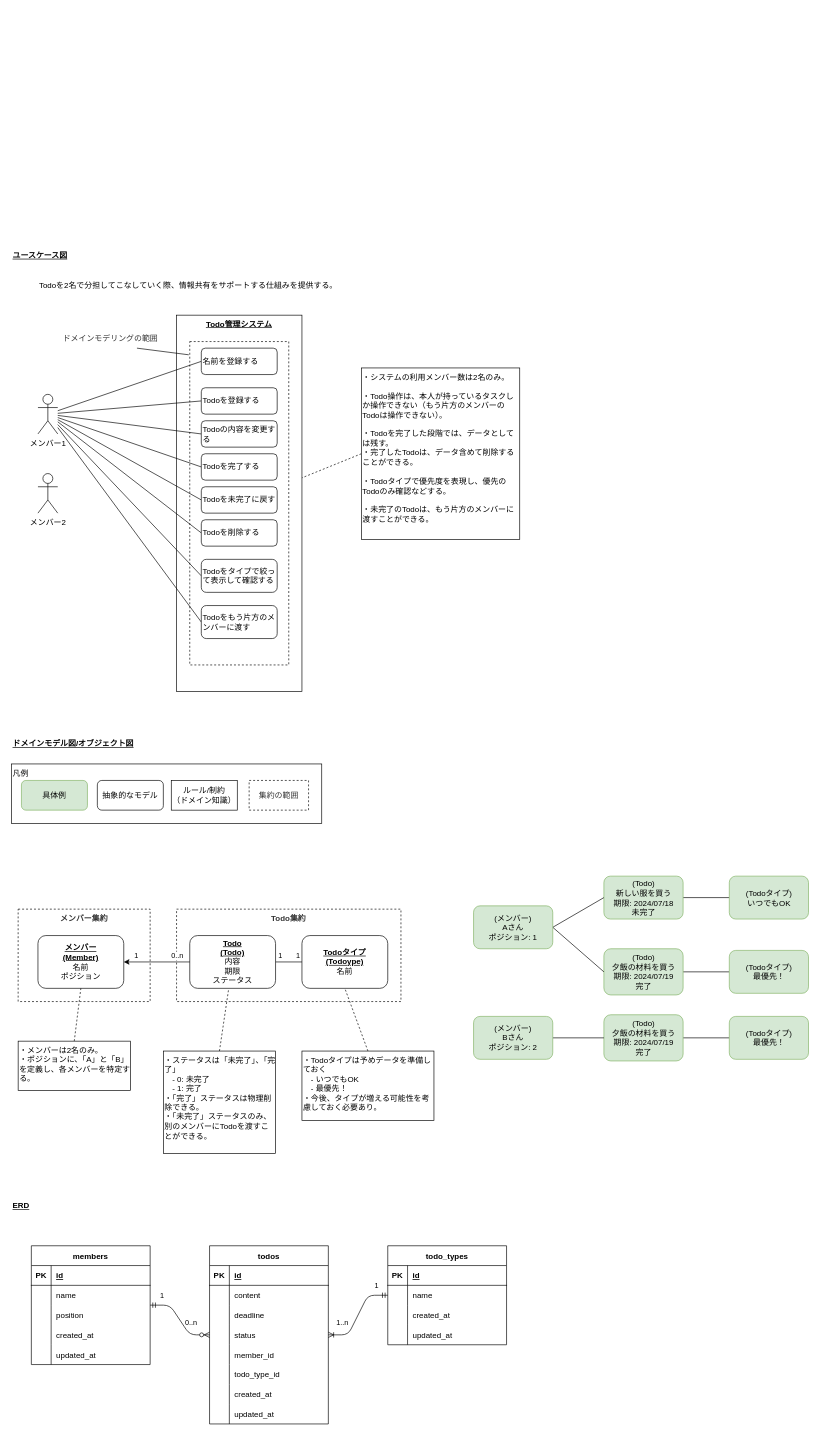
Earlier version of the draw.io diagram page "ドメインモデル" (1 of 2) of ddd/ddd-sample-app-cs/docs/ドメインモデル.drawio (atman-33/system-dev-docs). Source tidied: cells renumbered, new cells numbered last; positions are measured from the earlier drawing's top-left corner, leaving out a move shared by most shapes. Both pictures are drawn from the tidied source at 66%, with x=0, y=0 at pixel (11, 249).
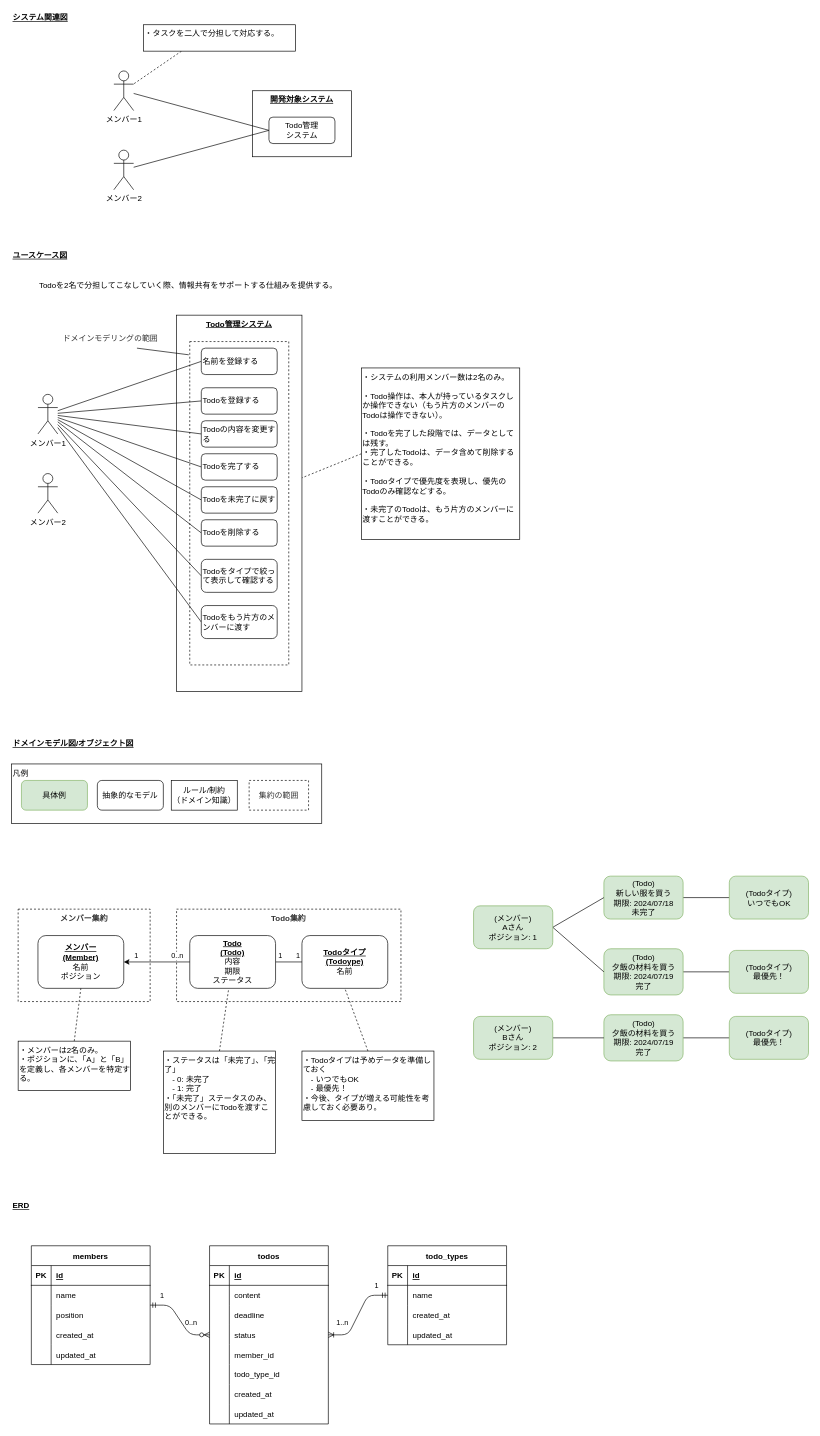
The same page after the edit.

What changed in the source:
```diff
@@
+    <mxCell id="126" value="&lt;u&gt;&lt;b&gt;開発対象システム&lt;/b&gt;&lt;/u&gt;" style="rounded=0;whiteSpace=wrap;html=1;verticalAlign=top;" parent="1" vertex="1">
+      <mxGeometry x="365" y="-240" width="150" height="100" as="geometry" />
+    </mxCell>
@@
-    <mxCell id="60" value="・ステータスは「未完了」、「完了」&lt;br&gt;　- 0: 未完了&lt;br&gt;　- 1: 完了&lt;br&gt;・「完了」ステータスは物理削除できる。&lt;br&gt;・「未完了」ステータスのみ、別のメンバーにTodoを渡すことができる。" style="rounded=0;whiteSpace=wrap;html=1;align=left;verticalAlign=top;" parent="1" vertex="1">
+    <mxCell id="60" value="・ステータスは「未完了」、「完了」&lt;br&gt;　- 0: 未完了&lt;br&gt;　- 1: 完了&lt;br&gt;・「未完了」ステータスのみ、別のメンバーにTodoを渡すことができる。" style="rounded=0;whiteSpace=wrap;html=1;align=left;verticalAlign=top;" parent="1" vertex="1">
       <mxGeometry x="230" y="1215" width="170" height="155" as="geometry" />
     </mxCell>
@@
+    <mxCell id="127" value="&lt;u style=&quot;&quot;&gt;システム関連図&lt;/u&gt;" style="text;html=1;strokeColor=none;fillColor=none;align=left;verticalAlign=middle;whiteSpace=wrap;rounded=0;fontStyle=1;" parent="1" vertex="1">
+      <mxGeometry y="-360" width="130" height="20" as="geometry" />
+    </mxCell>
+    <mxCell id="128" style="edgeStyle=none;html=1;exitX=0;exitY=0.5;exitDx=0;exitDy=0;endArrow=none;endFill=0;" parent="1" edge="1" source="130" target="131">
+      <mxGeometry relative="1" as="geometry" />
+    </mxCell>
+    <mxCell id="129" style="edgeStyle=none;html=1;exitX=0;exitY=0.5;exitDx=0;exitDy=0;endArrow=none;endFill=0;" parent="1" edge="1" source="130" target="132">
+      <mxGeometry relative="1" as="geometry" />
+    </mxCell>
+    <mxCell id="130" value="Todo管理&lt;br&gt;システム" style="rounded=1;whiteSpace=wrap;html=1;" parent="1" vertex="1">
+      <mxGeometry x="390" y="-200" width="100" height="40" as="geometry" />
+    </mxCell>
+    <mxCell id="131" value="メンバー1" style="shape=umlActor;verticalLabelPosition=bottom;verticalAlign=top;html=1;outlineConnect=0;" parent="1" vertex="1">
+      <mxGeometry x="155" y="-270" width="30" height="60" as="geometry" />
+    </mxCell>
+    <mxCell id="132" value="メンバー2" style="shape=umlActor;verticalLabelPosition=bottom;verticalAlign=top;html=1;outlineConnect=0;" parent="1" vertex="1">
+      <mxGeometry x="155" y="-150" width="30" height="60" as="geometry" />
+    </mxCell>
+    <mxCell id="133" style="edgeStyle=none;html=1;exitX=0.25;exitY=1;exitDx=0;exitDy=0;endArrow=none;endFill=0;dashed=1;" parent="1" edge="1" source="134" target="131">
+      <mxGeometry relative="1" as="geometry" />
+    </mxCell>
+    <mxCell id="134" value="・タスクを二人で分担して対応する。" style="rounded=0;whiteSpace=wrap;html=1;align=left;verticalAlign=top;" parent="1" vertex="1">
+      <mxGeometry x="200" y="-340" width="230" height="40" as="geometry" />
+    </mxCell>
```
